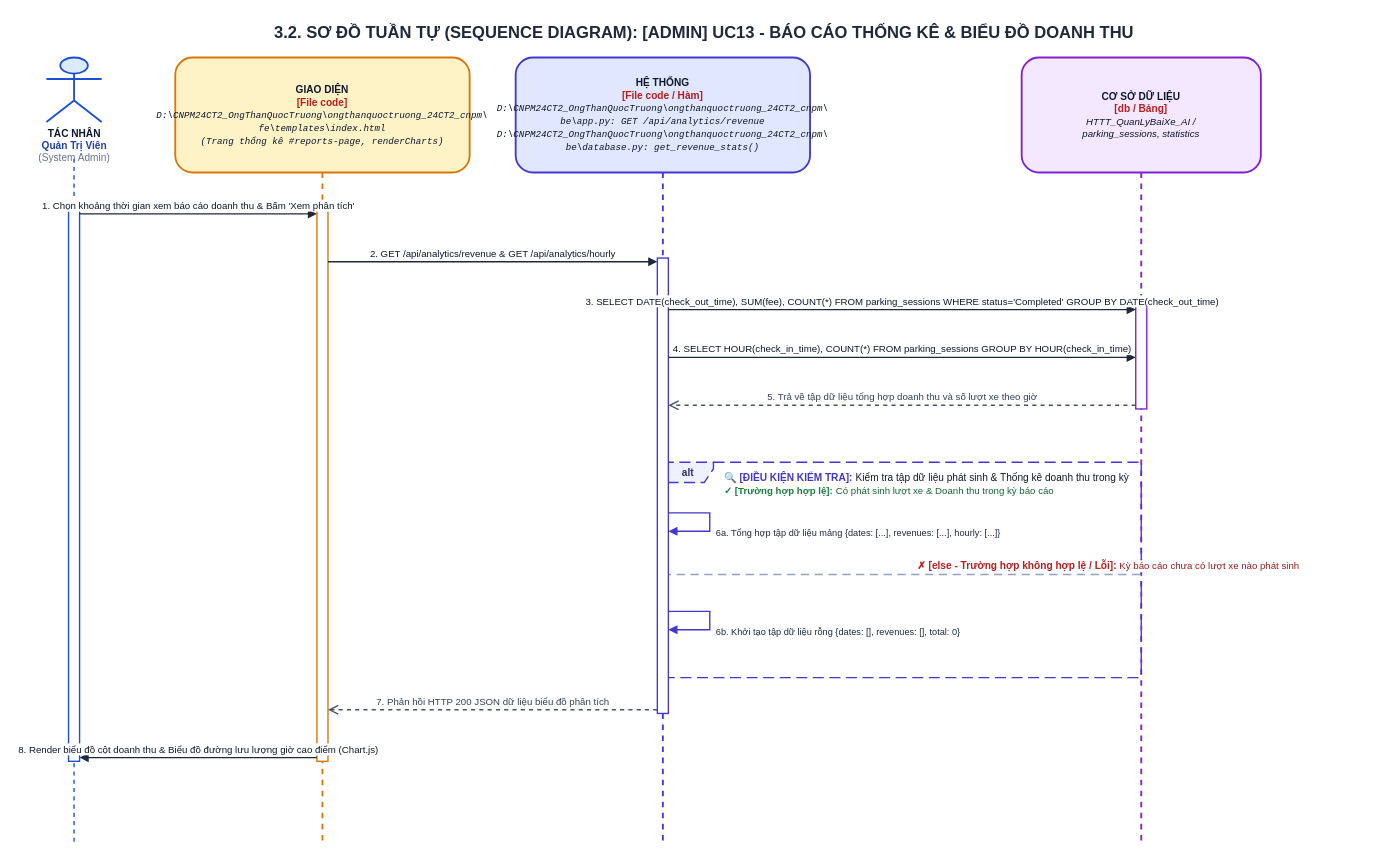
The draw.io diagram ongthanquoctruong_24CT2_cnpm/docs/drawio/uc13_admin_analytics.drawio in Truong027/CNPM24, before the edit. Source tidied: cells renumbered, new cells numbered last; positions are measured from the earlier drawing's top-left corner, leaving out a move shared by most shapes. Both pictures are drawn from the tidied source at 92%, with x=0, y=0 at pixel (37, 16).
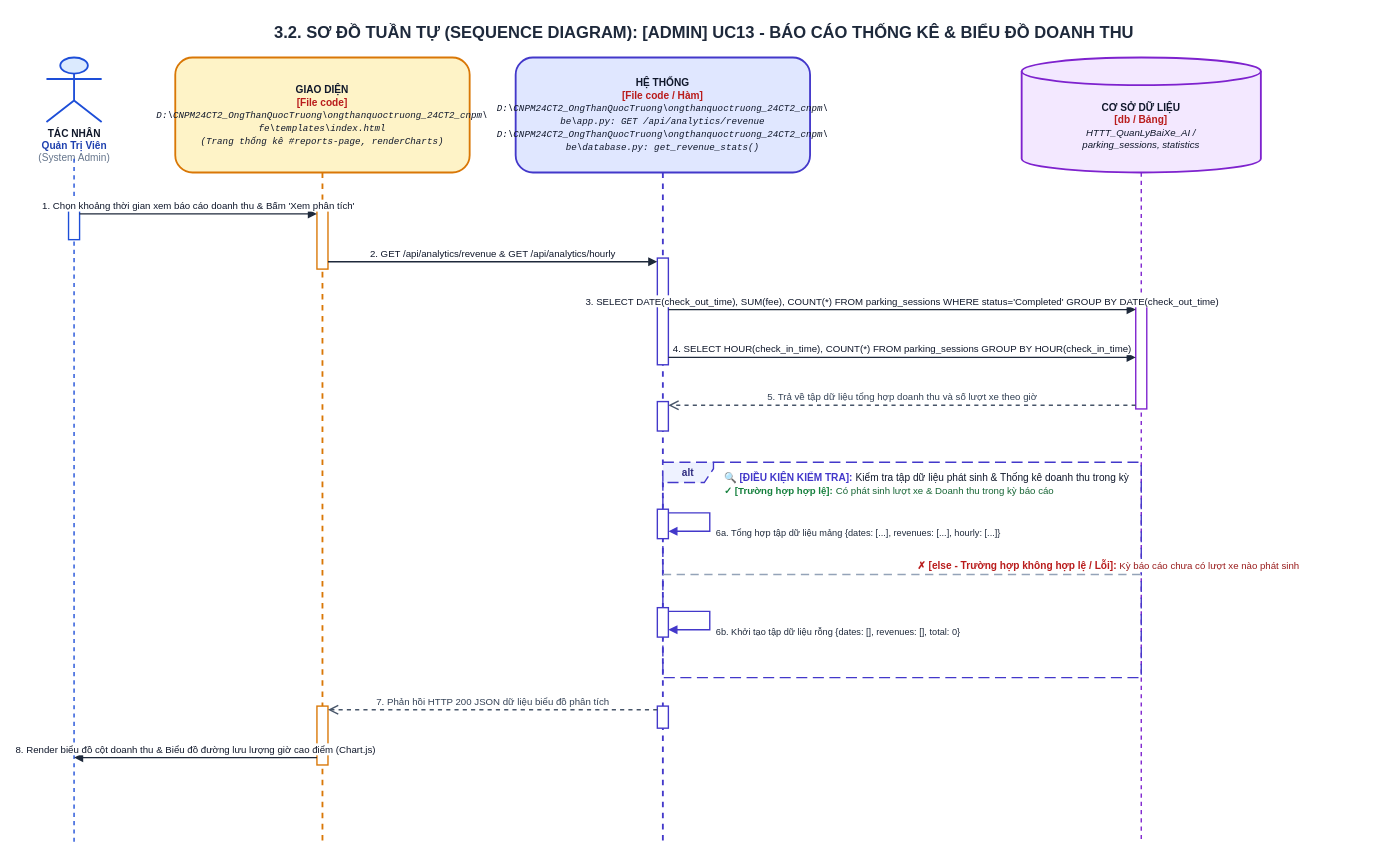
After the change.

What changed in the source:
```diff
@@
+    <mxCell id="24" value="&lt;b&gt;CƠ SỞ DỮ LIỆU&lt;/b&gt;&lt;br/&gt;&lt;font color='#B91C1C'&gt;&lt;b&gt;[db / Bảng]&lt;/b&gt;&lt;/font&gt;&lt;br/&gt;&lt;font style='font-size: 10.5px;'&gt;&lt;i&gt;HTTT_QuanLyBaiXe_AI /&lt;br/&gt;parking_sessions, statistics&lt;/i&gt;&lt;/font&gt;" style="shape=cylinder3;whiteSpace=wrap;html=1;boundedLbl=1;backgroundOutline=1;size=15;fillColor=#F3E8FF;strokeColor=#7E22CE;strokeWidth=2;fontColor=#0F172A;align=center;fontSize=11;" parent="1" vertex="1">
+      <mxGeometry x="1070" y="45" width="260" height="125" as="geometry" />
+    </mxCell>
-    <mxCell id="7" value="&lt;b&gt;CƠ SỞ DỮ LIỆU&lt;/b&gt;&lt;br/&gt;&lt;font color='#B91C1C'&gt;&lt;b&gt;[db / Bảng]&lt;/b&gt;&lt;/font&gt;&lt;br/&gt;&lt;font style='font-size: 10.5px;'&gt;&lt;i&gt;HTTT_QuanLyBaiXe_AI /&lt;br/&gt;parking_sessions, statistics&lt;/i&gt;&lt;/font&gt;" style="shape=umlLifeline;perimeter=lifelinePerimeter;whiteSpace=wrap;html=1;size=125;fillColor=#F3E8FF;strokeColor=#7E22CE;strokeWidth=2;fontColor=#0F172A;rounded=1;shadow=0;fontSize=11;align=center;" parent="1" vertex="1">
-      <mxGeometry x="1070" y="45" width="260" height="853" as="geometry" />
+    <mxCell id="7" style="endArrow=none;dashed=1;html=1;strokeWidth=1.5;strokeColor=#7E22CE;" parent="1" edge="1">
+      <mxGeometry relative="1" as="geometry">
+        <mxPoint x="1200" y="170" as="sourcePoint" />
+        <mxPoint x="1200" y="898" as="targetPoint" />
+      </mxGeometry>
     </mxCell>
@@
-    <mxCell id="11" style="html=1;perimeter=orthogonalPerimeter;targetShapes=umlLifeline;topToBottom=1;fillColor=#FFFFFF;strokeColor=#1D4ED8;strokeWidth=1.5;rounded=0;" parent="1" vertex="1">
-      <mxGeometry x="34" y="211" width="12" height="599" as="geometry" />
-    </mxCell>
-    <mxCell id="12" style="html=1;perimeter=orthogonalPerimeter;targetShapes=umlLifeline;topToBottom=1;fillColor=#FFFFFF;strokeColor=#D97706;strokeWidth=1.5;rounded=0;" parent="1" vertex="1">
-      <mxGeometry x="304" y="211" width="12" height="599" as="geometry" />
-    </mxCell>
-    <mxCell id="13" style="html=1;perimeter=orthogonalPerimeter;targetShapes=umlLifeline;topToBottom=1;fillColor=#FFFFFF;strokeColor=#4338CA;strokeWidth=1.5;rounded=0;" parent="1" vertex="1">
-      <mxGeometry x="674" y="263" width="12" height="495" as="geometry" />
-    </mxCell>
+    <mxCell id="25" style="html=1;perimeter=orthogonalPerimeter;targetShapes=umlLifeline;topToBottom=1;fillColor=#FFFFFF;strokeColor=#1D4ED8;strokeWidth=1.5;rounded=0;" parent="1" vertex="1">
+      <mxGeometry x="34" y="211" width="12" height="32" as="geometry" />
+    </mxCell>
+    <mxCell id="26" style="html=1;perimeter=orthogonalPerimeter;targetShapes=umlLifeline;topToBottom=1;fillColor=#FFFFFF;strokeColor=#D97706;strokeWidth=1.5;rounded=0;" parent="1" vertex="1">
+      <mxGeometry x="304" y="211" width="12" height="64" as="geometry" />
+    </mxCell>
+    <mxCell id="27" style="html=1;perimeter=orthogonalPerimeter;targetShapes=umlLifeline;topToBottom=1;fillColor=#FFFFFF;strokeColor=#D97706;strokeWidth=1.5;rounded=0;" parent="1" vertex="1">
+      <mxGeometry x="304" y="750" width="12" height="64" as="geometry" />
+    </mxCell>
+    <mxCell id="28" style="html=1;perimeter=orthogonalPerimeter;targetShapes=umlLifeline;topToBottom=1;fillColor=#FFFFFF;strokeColor=#4338CA;strokeWidth=1.5;rounded=0;" parent="1" vertex="1">
+      <mxGeometry x="674" y="263" width="12" height="116" as="geometry" />
+    </mxCell>
+    <mxCell id="29" style="html=1;perimeter=orthogonalPerimeter;targetShapes=umlLifeline;topToBottom=1;fillColor=#FFFFFF;strokeColor=#4338CA;strokeWidth=1.5;rounded=0;" parent="1" vertex="1">
+      <mxGeometry x="674" y="419" width="12" height="32" as="geometry" />
+    </mxCell>
+    <mxCell id="30" style="html=1;perimeter=orthogonalPerimeter;targetShapes=umlLifeline;topToBottom=1;fillColor=#FFFFFF;strokeColor=#4338CA;strokeWidth=1.5;rounded=0;" parent="1" vertex="1">
+      <mxGeometry x="674" y="536" width="12" height="32" as="geometry" />
+    </mxCell>
+    <mxCell id="31" style="html=1;perimeter=orthogonalPerimeter;targetShapes=umlLifeline;topToBottom=1;fillColor=#FFFFFF;strokeColor=#4338CA;strokeWidth=1.5;rounded=0;" parent="1" vertex="1">
+      <mxGeometry x="674" y="643" width="12" height="32" as="geometry" />
+    </mxCell>
+    <mxCell id="32" style="html=1;perimeter=orthogonalPerimeter;targetShapes=umlLifeline;topToBottom=1;fillColor=#FFFFFF;strokeColor=#4338CA;strokeWidth=1.5;rounded=0;" parent="1" vertex="1">
+      <mxGeometry x="674" y="750" width="12" height="24" as="geometry" />
+    </mxCell>
@@
     <mxCell id="23" value="8. Render biểu đồ cột doanh thu &amp; Biểu đồ đường lưu lượng giờ cao điểm (Chart.js)" style="html=1;verticalAlign=bottom;endArrow=block;rounded=0;strokeColor=#1E293B;strokeWidth=1.5;fontColor=#0F172A;fontSize=10.5;" parent="1" edge="1">
       <mxGeometry relative="1" as="geometry">
         <mxPoint x="304" y="806" as="sourcePoint" />
-        <mxPoint x="46" y="806" as="targetPoint" />
+        <mxPoint x="40" y="806" as="targetPoint" />
       </mxGeometry>
     </mxCell>
```
